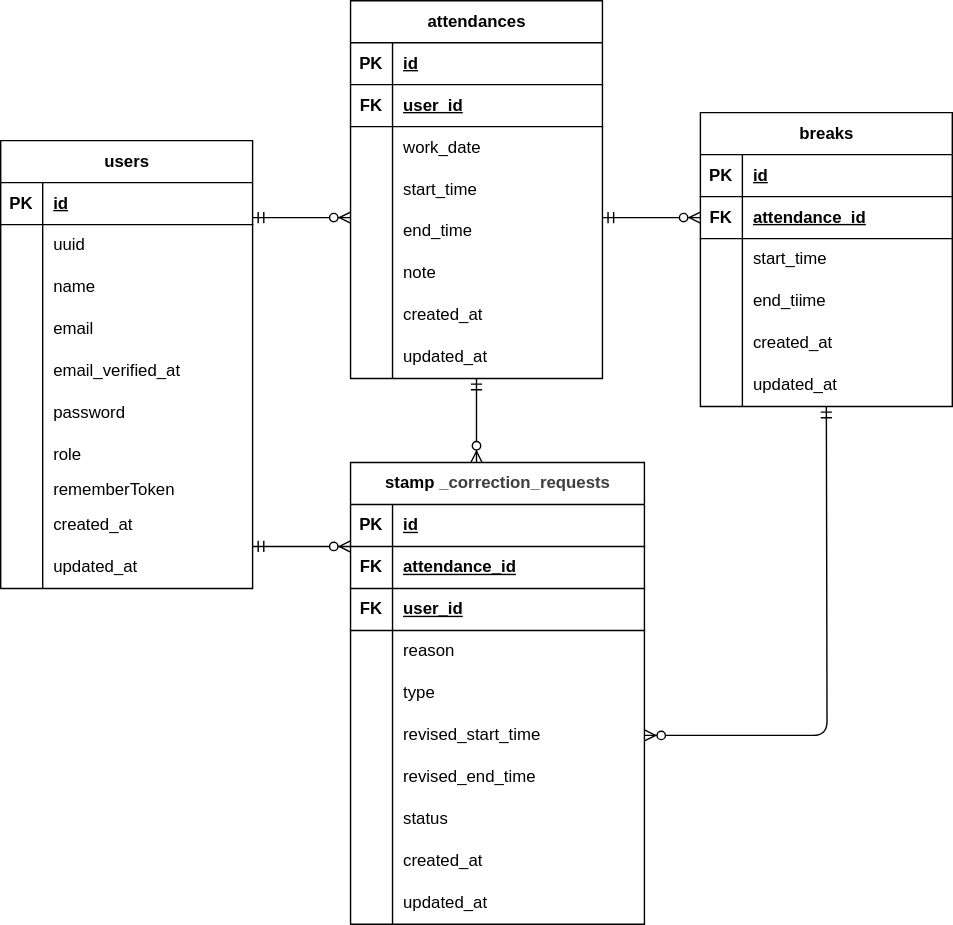
Earlier version of the draw.io export ER.drawio.svg (yoko-bessho/attendance-management). Source tidied: cells renumbered, new cells last; positions are measured from the earlier drawing's top-left corner, leaving out a move shared by most shapes.
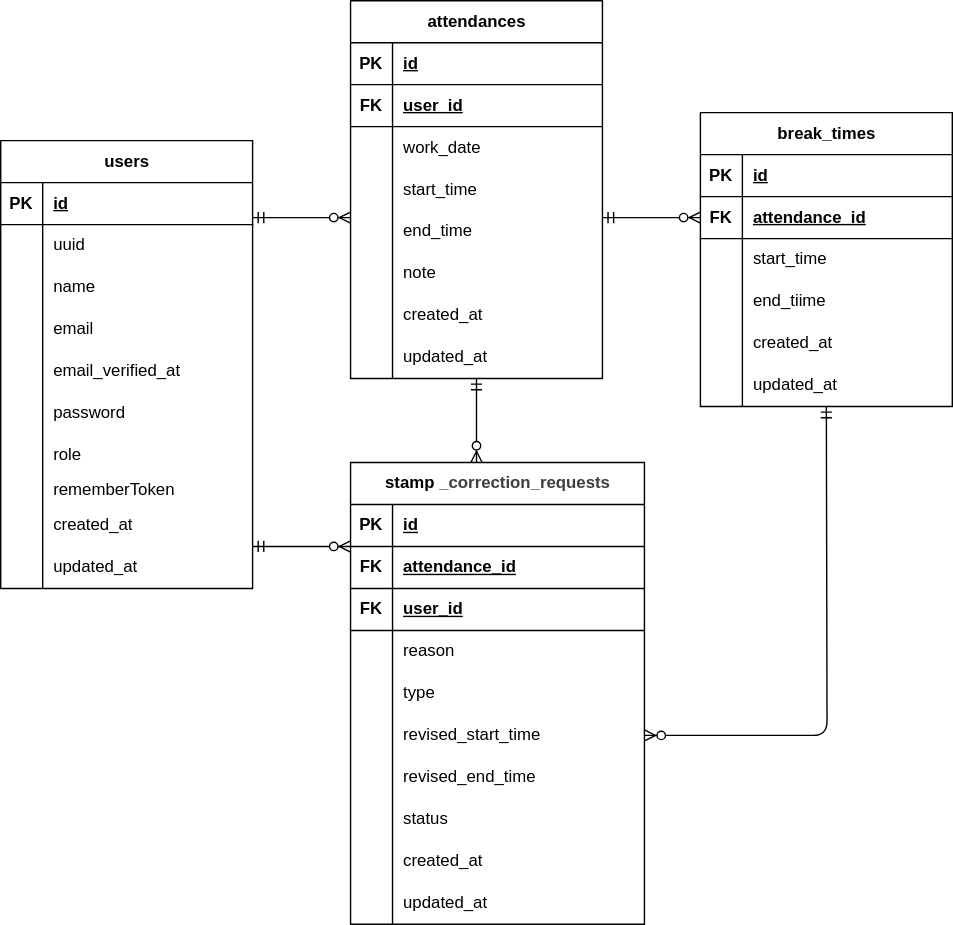
Above is the later version.

Diff of the diagram source:
```diff
@@ -95,7 +95,7 @@
     <mxCell id="32" value="updated_at" style="shape=partialRectangle;fillColor=none;top=0;left=0;bottom=0;right=0;align=left;spacingLeft=6;overflow=hidden;whiteSpace=wrap;html=1;" parent="30" vertex="1">
       <mxGeometry x="30" width="180" height="30" as="geometry" />
     </mxCell>
-    <mxCell id="33" value="breaks" style="shape=table;startSize=30;rowLines=0;fontStyle=1;align=center;html=1;" parent="1" vertex="1">
+    <mxCell id="33" value="break_times" style="shape=table;startSize=30;rowLines=0;fontStyle=1;align=center;html=1;" parent="1" vertex="1">
       <mxGeometry x="500" y="80" width="180" height="210" as="geometry" />
     </mxCell>
     <mxCell id="34" style="shape=tableRow;horizontal=0;startSize=0;swimlaneHead=0;swimlaneBody=0;fillColor=none;top=0;left=0;right=0;bottom=1;" parent="33" vertex="1">
```
